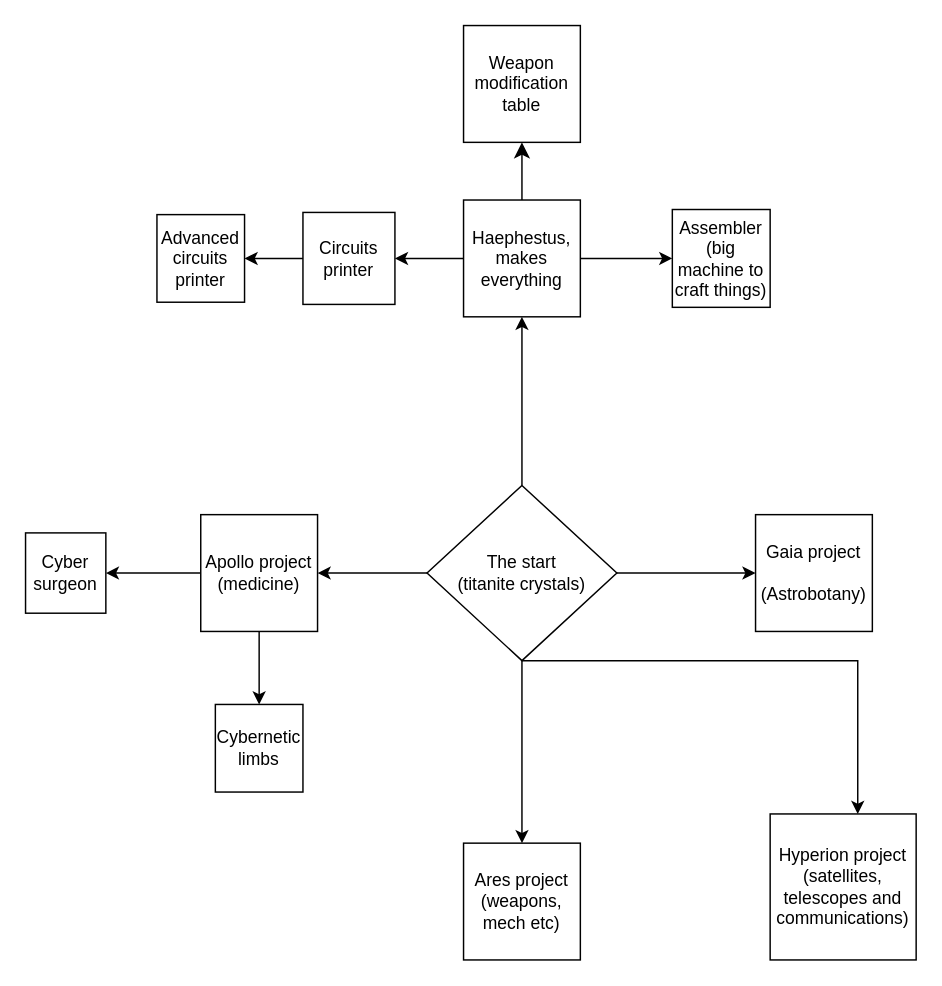
This is page "Page-1" (1 of 9) of SynchromaProgression.drawio from x3rdev/Synchroma, a draw.io file, before an edit. Source tidied: cells renumbered, new cells numbered last; positions are measured from the earlier drawing's top-left corner, leaving out a move shared by most shapes. Both pictures are drawn from the tidied source at 146%, with x=0, y=0 at pixel (25, 25).
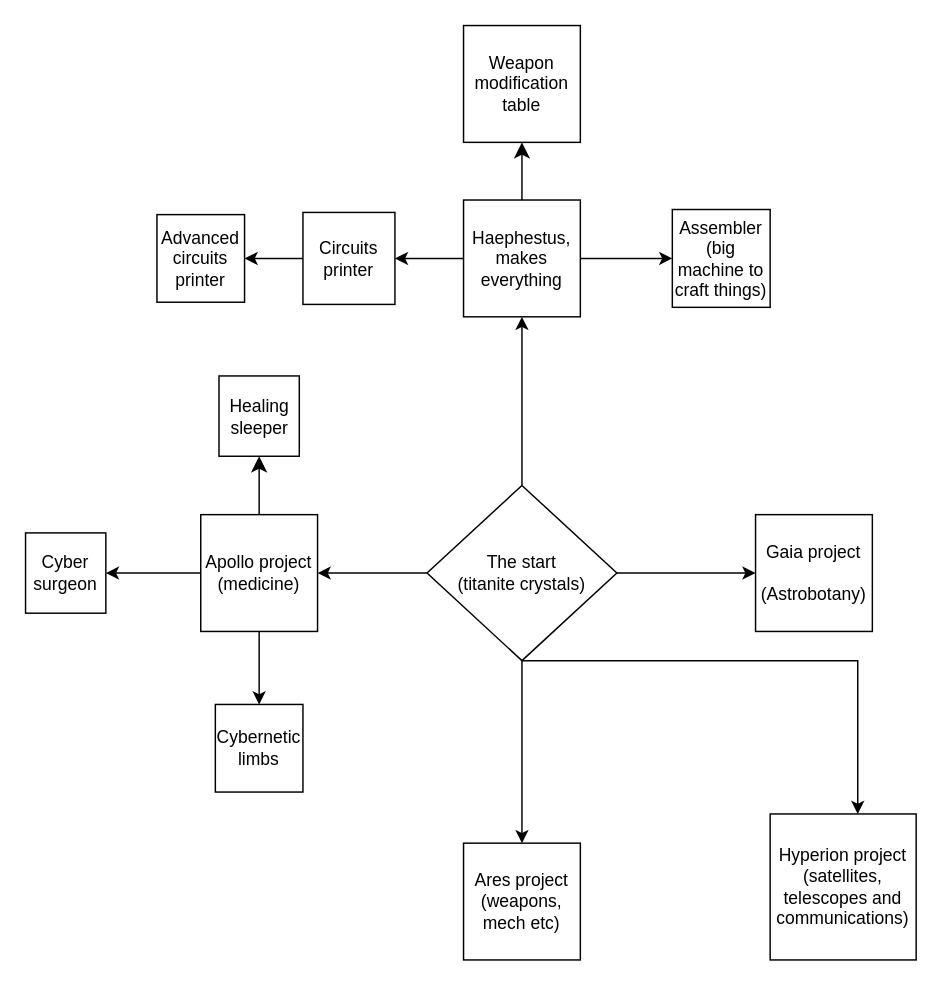
Above is the later version.

Unchanged cells that the change refers to:
```xml
<mxCell id="16" value="Apollo project&lt;br&gt;(medicine)" style="whiteSpace=wrap;html=1;" parent="1" vertex="1">
  <mxGeometry x="120" y="335" width="80" height="80" as="geometry" />
</mxCell>
```

Change to the diagram source:
```diff
@@
+    <mxCell id="25" style="edgeStyle=none;curved=1;rounded=0;jettySize=auto;html=1;entryX=0.5;entryY=1;entryDx=0;entryDy=0;fontSize=12;startSize=8;endSize=8;" parent="1" edge="1" source="16" target="26">
+      <mxGeometry relative="1" as="geometry" />
+    </mxCell>
@@
+    <mxCell id="26" value="Healing sleeper" style="whiteSpace=wrap;html=1;" parent="1" vertex="1">
+      <mxGeometry x="132.5" y="240" width="55" height="55" as="geometry" />
+    </mxCell>
```
